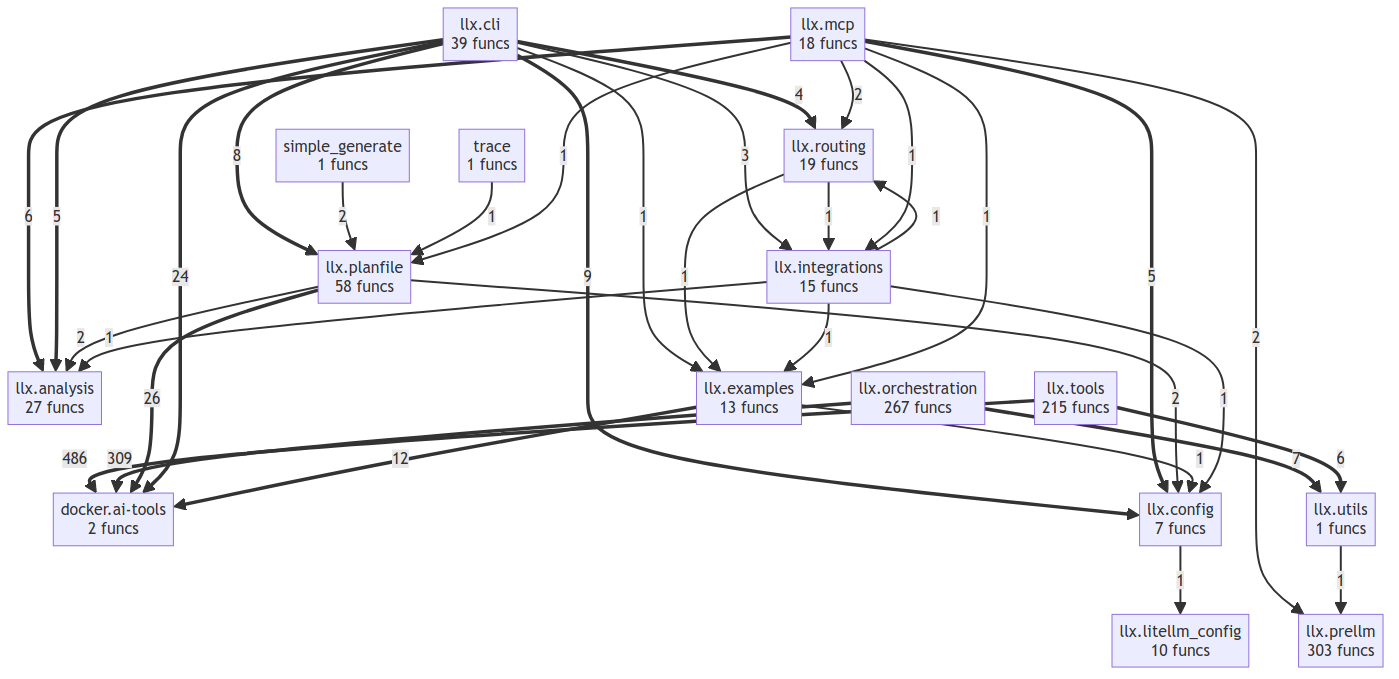
Before: project/compact_flow.png, a diagram exported from Mermaid (semcod/llx). Its source is kept beside it as project/compact_flow.mmd. The source it was exported from:
```mermaid
flowchart TD
    docker__ai_tools["docker.ai-tools<br/>2 funcs"]
    llx__analysis["llx.analysis<br/>27 funcs"]
    llx__cli["llx.cli<br/>39 funcs"]
    llx__config["llx.config<br/>7 funcs"]
    llx__examples["llx.examples<br/>13 funcs"]
    llx__integrations["llx.integrations<br/>15 funcs"]
    llx__litellm_config["llx.litellm_config<br/>10 funcs"]
    llx__mcp["llx.mcp<br/>18 funcs"]
    llx__orchestration["llx.orchestration<br/>267 funcs"]
    llx__planfile["llx.planfile<br/>58 funcs"]
    llx__prellm["llx.prellm<br/>303 funcs"]
    llx__routing["llx.routing<br/>19 funcs"]
    llx__tools["llx.tools<br/>215 funcs"]
    llx__utils["llx.utils<br/>1 funcs"]
    simple_generate["simple_generate<br/>1 funcs"]
    trace["trace<br/>1 funcs"]
    llx__tools ==>|486| docker__ai_tools
    llx__orchestration ==>|309| docker__ai_tools
    llx__planfile ==>|26| docker__ai_tools
    llx__cli ==>|24| docker__ai_tools
    llx__examples ==>|12| docker__ai_tools
    llx__cli ==>|9| llx__config
    llx__cli ==>|8| llx__planfile
    llx__orchestration ==>|7| llx__utils
    llx__tools ==>|6| llx__utils
    llx__mcp ==>|6| llx__analysis
    llx__cli ==>|5| llx__analysis
    llx__mcp ==>|5| llx__config
    llx__cli ==>|4| llx__routing
    llx__cli -->|3| llx__integrations
    simple_generate -->|2| llx__planfile
    llx__planfile -->|2| llx__analysis
    llx__planfile -->|2| llx__config
    llx__mcp -->|2| llx__routing
    llx__mcp -->|2| llx__prellm
    trace -->|1| llx__planfile
    llx__examples -->|1| llx__config
    llx__config -->|1| llx__litellm_config
    llx__cli -->|1| llx__examples
    llx__utils -->|1| llx__prellm
    llx__routing -->|1| llx__examples
    llx__routing -->|1| llx__integrations
    llx__integrations -->|1| llx__examples
    llx__integrations -->|1| llx__config
    llx__integrations -->|1| llx__analysis
    llx__integrations -->|1| llx__routing
    llx__mcp -->|1| llx__examples
    llx__mcp -->|1| llx__integrations
    llx__mcp -->|1| llx__planfile
```
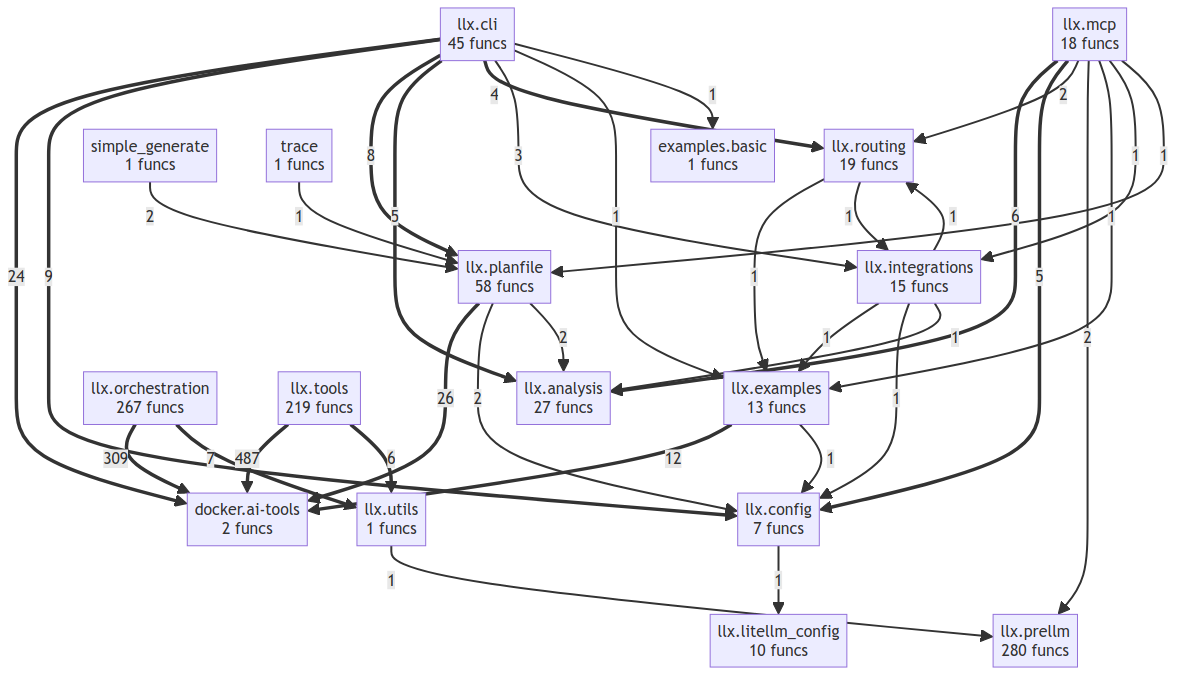
The same diagram one commit later.

Change to the diagram source:
```diff
@@ -1,7 +1,8 @@
 flowchart TD
     docker__ai_tools["docker.ai-tools<br/>2 funcs"]
+    examples__basic["examples.basic<br/>1 funcs"]
     llx__analysis["llx.analysis<br/>27 funcs"]
-    llx__cli["llx.cli<br/>39 funcs"]
+    llx__cli["llx.cli<br/>45 funcs"]
     llx__config["llx.config<br/>7 funcs"]
     llx__examples["llx.examples<br/>13 funcs"]
     llx__integrations["llx.integrations<br/>15 funcs"]
@@ -9,13 +10,13 @@
     llx__mcp["llx.mcp<br/>18 funcs"]
     llx__orchestration["llx.orchestration<br/>267 funcs"]
     llx__planfile["llx.planfile<br/>58 funcs"]
-    llx__prellm["llx.prellm<br/>303 funcs"]
+    llx__prellm["llx.prellm<br/>280 funcs"]
     llx__routing["llx.routing<br/>19 funcs"]
-    llx__tools["llx.tools<br/>215 funcs"]
+    llx__tools["llx.tools<br/>219 funcs"]
     llx__utils["llx.utils<br/>1 funcs"]
     simple_generate["simple_generate<br/>1 funcs"]
     trace["trace<br/>1 funcs"]
-    llx__tools ==>|486| docker__ai_tools
+    llx__tools ==>|487| docker__ai_tools
     llx__orchestration ==>|309| docker__ai_tools
     llx__planfile ==>|26| docker__ai_tools
     llx__cli ==>|24| docker__ai_tools
@@ -30,17 +31,14 @@
     llx__cli ==>|4| llx__routing
     llx__cli -->|3| llx__integrations
     simple_generate -->|2| llx__planfile
+    llx__planfile -->|2| llx__config
     llx__planfile -->|2| llx__analysis
-    llx__planfile -->|2| llx__config
     llx__mcp -->|2| llx__routing
     llx__mcp -->|2| llx__prellm
     trace -->|1| llx__planfile
     llx__examples -->|1| llx__config
     llx__config -->|1| llx__litellm_config
-    llx__cli -->|1| llx__examples
     llx__utils -->|1| llx__prellm
-    llx__routing -->|1| llx__examples
-    llx__routing -->|1| llx__integrations
     llx__integrations -->|1| llx__examples
     llx__integrations -->|1| llx__config
     llx__integrations -->|1| llx__analysis
@@ -48,3 +46,7 @@
     llx__mcp -->|1| llx__examples
     llx__mcp -->|1| llx__integrations
     llx__mcp -->|1| llx__planfile
+    llx__routing -->|1| llx__examples
+    llx__routing -->|1| llx__integrations
+    llx__cli -->|1| llx__examples
+    llx__cli -->|1| examples__basic
```
